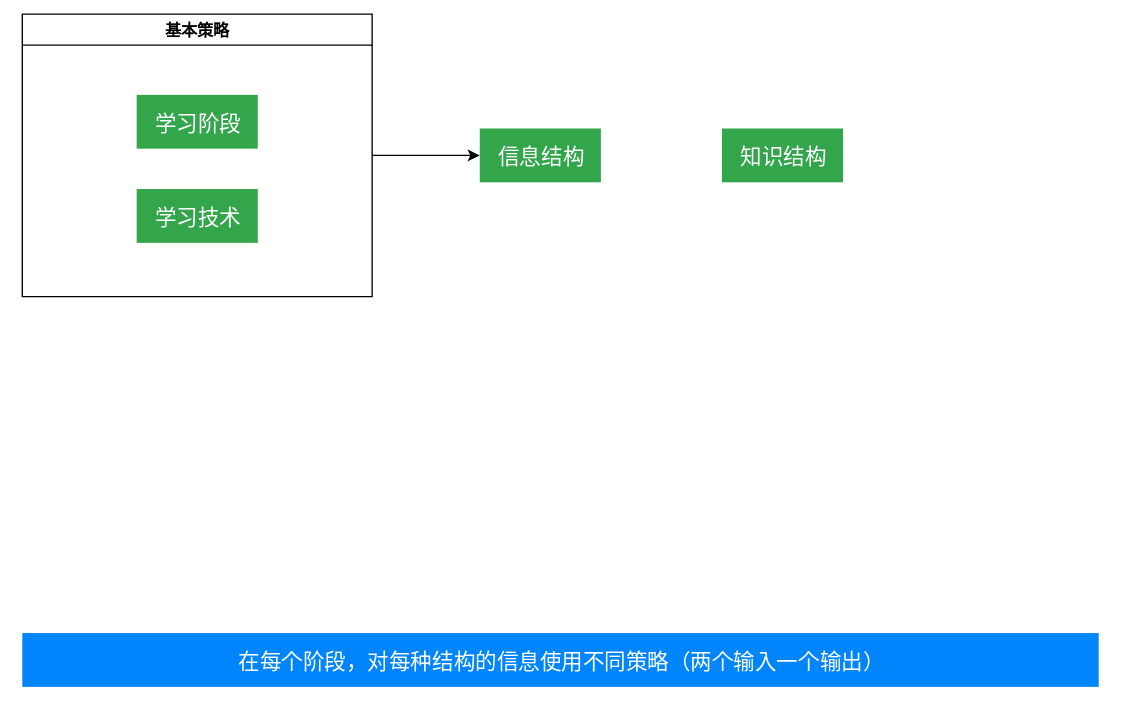
Earlier version of the draw.io export 笔记/学习方法/img/整体性学习.svg (Echo-Yanglulu/obsidianPrivateNote). Source tidied: cells renumbered, new cells last; positions are measured from the earlier drawing's top-left corner, leaving out a move shared by most shapes.
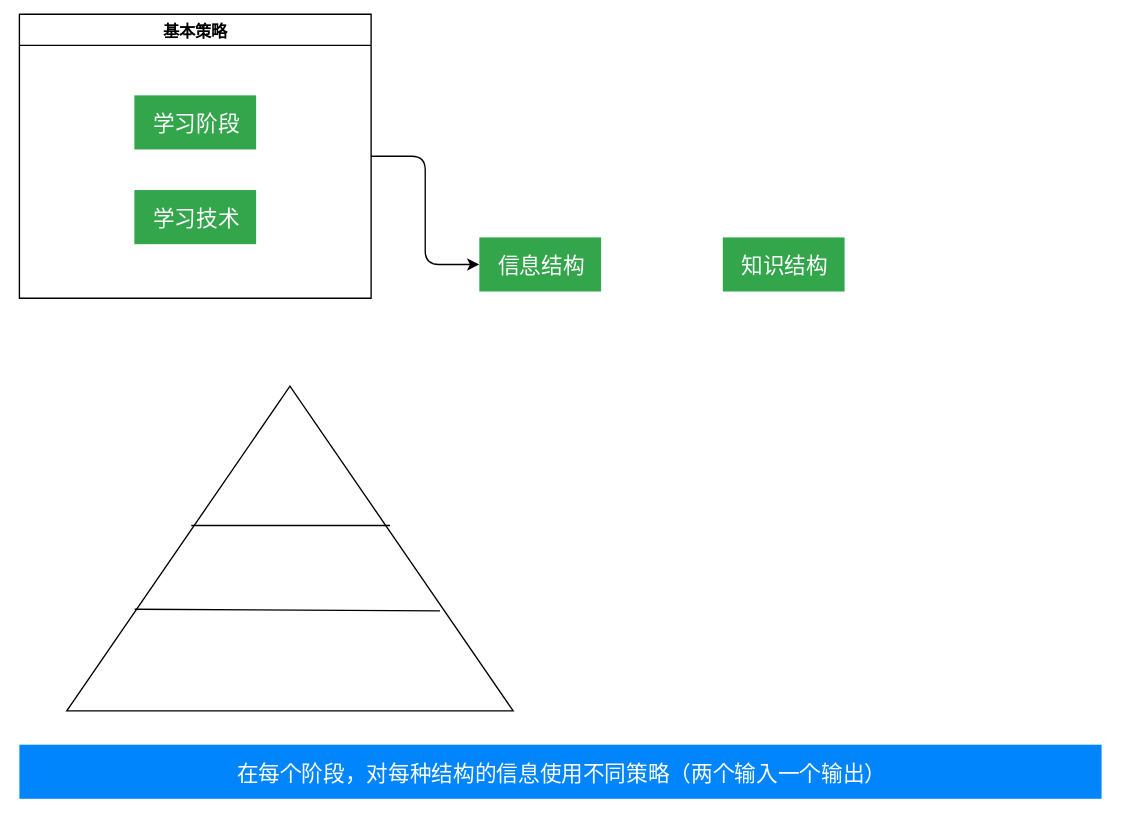
After the change.

What changed in the source:
```diff
@@ -6,7 +6,7 @@
       <mxGeometry relative="1" as="geometry" />
     </mxCell>
     <mxCell id="3" value="基本策略" style="swimlane;" parent="1" vertex="1">
-      <mxGeometry width="260" height="210" as="geometry" />
+      <mxGeometry y="-80" width="260" height="210" as="geometry" />
     </mxCell>
     <mxCell id="4" value="学习阶段" style="html=1;shadow=0;dashed=0;shape=mxgraph.bootstrap.rrect;rSize=5;strokeColor=none;strokeWidth=1;fillColor=#33A64C;fontColor=#FFFFFF;whiteSpace=wrap;align=center;verticalAlign=middle;spacingLeft=0;fontStyle=0;fontSize=16;spacing=5;" parent="3" vertex="1">
       <mxGeometry x="85" y="60" width="90" height="40" as="geometry" />
@@ -23,5 +23,14 @@
     <mxCell id="8" value="知识结构" style="html=1;shadow=0;dashed=0;shape=mxgraph.bootstrap.rrect;rSize=5;strokeColor=none;strokeWidth=1;fillColor=#33A64C;fontColor=#FFFFFF;whiteSpace=wrap;align=center;verticalAlign=middle;spacingLeft=0;fontStyle=0;fontSize=16;spacing=5;" parent="1" vertex="1">
       <mxGeometry x="520" y="85" width="90" height="40" as="geometry" />
     </mxCell>
+    <mxCell id="9" style="triangle;whiteSpace=wrap;html=1;rotation=-90;" parent="1" vertex="1">
+      <mxGeometry x="80" y="150" width="240" height="330" as="geometry" />
+    </mxCell>
+    <mxCell id="10" style="endArrow=none;html=1;exitX=0.313;exitY=0.152;exitDx=0;exitDy=0;exitPerimeter=0;entryX=0.308;entryY=0.836;entryDx=0;entryDy=0;entryPerimeter=0;" parent="1" edge="1" source="9" target="9">
+      <mxGeometry relative="1" as="geometry" />
+    </mxCell>
+    <mxCell id="11" style="endArrow=none;html=1;entryX=0.571;entryY=0.724;entryDx=0;entryDy=0;entryPerimeter=0;exitX=0.571;exitY=0.279;exitDx=0;exitDy=0;exitPerimeter=0;" parent="1" edge="1" source="9" target="9">
+      <mxGeometry relative="1" as="geometry" />
+    </mxCell>
   </root>
 </mxGraphModel>
```
